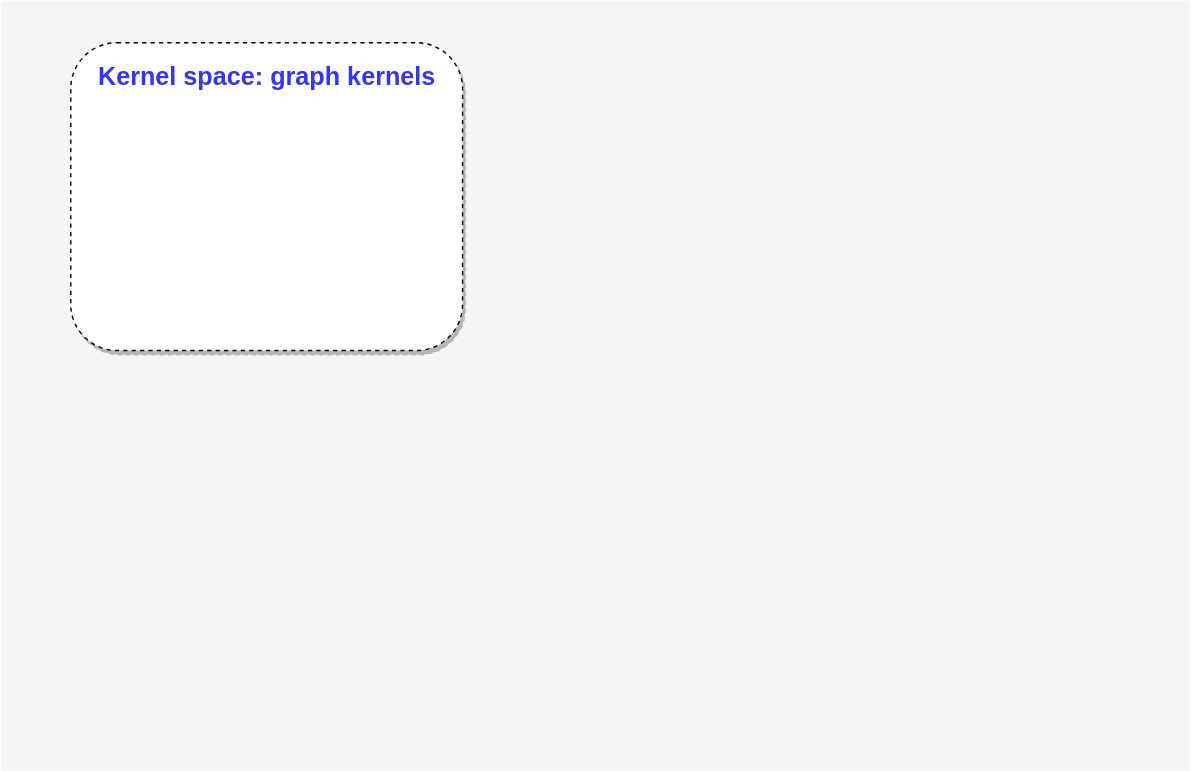
The draw.io diagram architecture.svg in jajupmochi/phd_thesis, before a commit. Source tidied: cells renumbered, new cells last; positions are measured from the earlier drawing's top-left corner, leaving out a move shared by most shapes. The source it was exported from:
```xml
<mxGraphModel>
  <root>
    <mxCell id="0" />
    <mxCell id="1" parent="0" />
    <mxCell id="2" style="rounded=0;whiteSpace=wrap;html=1;fillColor=#f5f5f5;fontColor=#333333;strokeColor=none;" parent="1" vertex="1">
      <mxGeometry width="850" height="550" as="geometry" />
    </mxCell>
    <mxCell id="3" style="rounded=1;whiteSpace=wrap;html=1;shadow=1;glass=0;dashed=1;sketch=0;strokeColor=#000000;fillColor=#ffffff;align=left;" parent="1" vertex="1">
      <mxGeometry x="50" y="30" width="280" height="220" as="geometry" />
    </mxCell>
    <mxCell id="4" value="&lt;h1 style=&quot;font-size: 18px&quot;&gt;Kernel space: graph kernels&lt;br&gt;&lt;/h1&gt;" style="text;html=1;strokeColor=none;fillColor=none;spacing=5;spacingTop=-20;whiteSpace=wrap;overflow=hidden;rounded=0;shadow=1;glass=0;dashed=1;sketch=0;align=center;verticalAlign=middle;fontColor=#3333FF;" parent="1" vertex="1">
      <mxGeometry x="38.8" y="30" width="302.5" height="70" as="geometry" />
    </mxCell>
  </root>
</mxGraphModel>
```
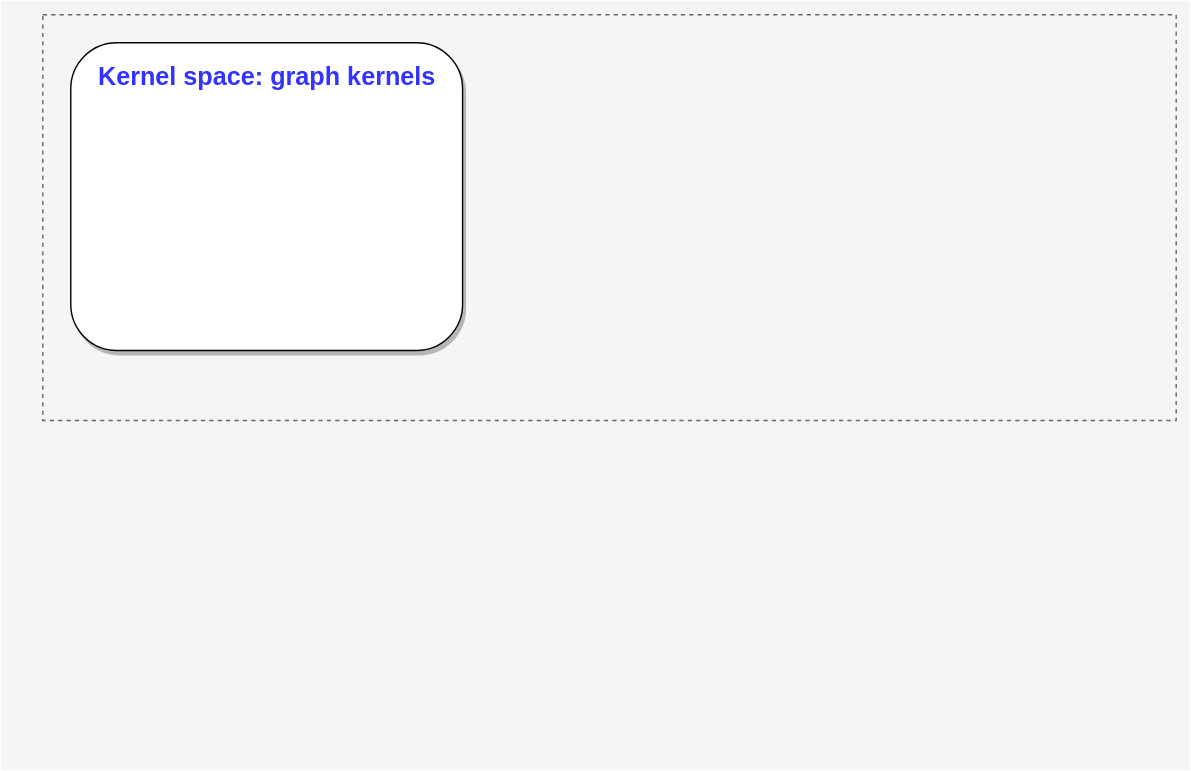
The same diagram one commit later.

The edit, as a diff of the source:
```diff
@@ -5,7 +5,10 @@
     <mxCell id="2" style="rounded=0;whiteSpace=wrap;html=1;fillColor=#f5f5f5;fontColor=#333333;strokeColor=none;" parent="1" vertex="1">
       <mxGeometry width="850" height="550" as="geometry" />
     </mxCell>
+    <mxCell id="5" style="rounded=0;whiteSpace=wrap;html=1;shadow=0;glass=0;dashed=1;sketch=0;fontColor=#333333;strokeColor=#666666;fillColor=#f5f5f5;align=center;verticalAlign=middle;" parent="1" vertex="1">
+      <mxGeometry x="30" y="10" width="810" height="290" as="geometry" />
+    </mxCell>
-    <mxCell id="3" style="rounded=1;whiteSpace=wrap;html=1;shadow=1;glass=0;dashed=1;sketch=0;strokeColor=#000000;fillColor=#ffffff;align=left;" parent="1" vertex="1">
+    <mxCell id="3" style="rounded=1;whiteSpace=wrap;html=1;shadow=1;glass=0;sketch=0;strokeColor=#000000;fillColor=#ffffff;align=left;" parent="1" vertex="1">
       <mxGeometry x="50" y="30" width="280" height="220" as="geometry" />
     </mxCell>
     <mxCell id="4" value="&lt;h1 style=&quot;font-size: 18px&quot;&gt;Kernel space: graph kernels&lt;br&gt;&lt;/h1&gt;" style="text;html=1;strokeColor=none;fillColor=none;spacing=5;spacingTop=-20;whiteSpace=wrap;overflow=hidden;rounded=0;shadow=1;glass=0;dashed=1;sketch=0;align=center;verticalAlign=middle;fontColor=#3333FF;" parent="1" vertex="1">
```
